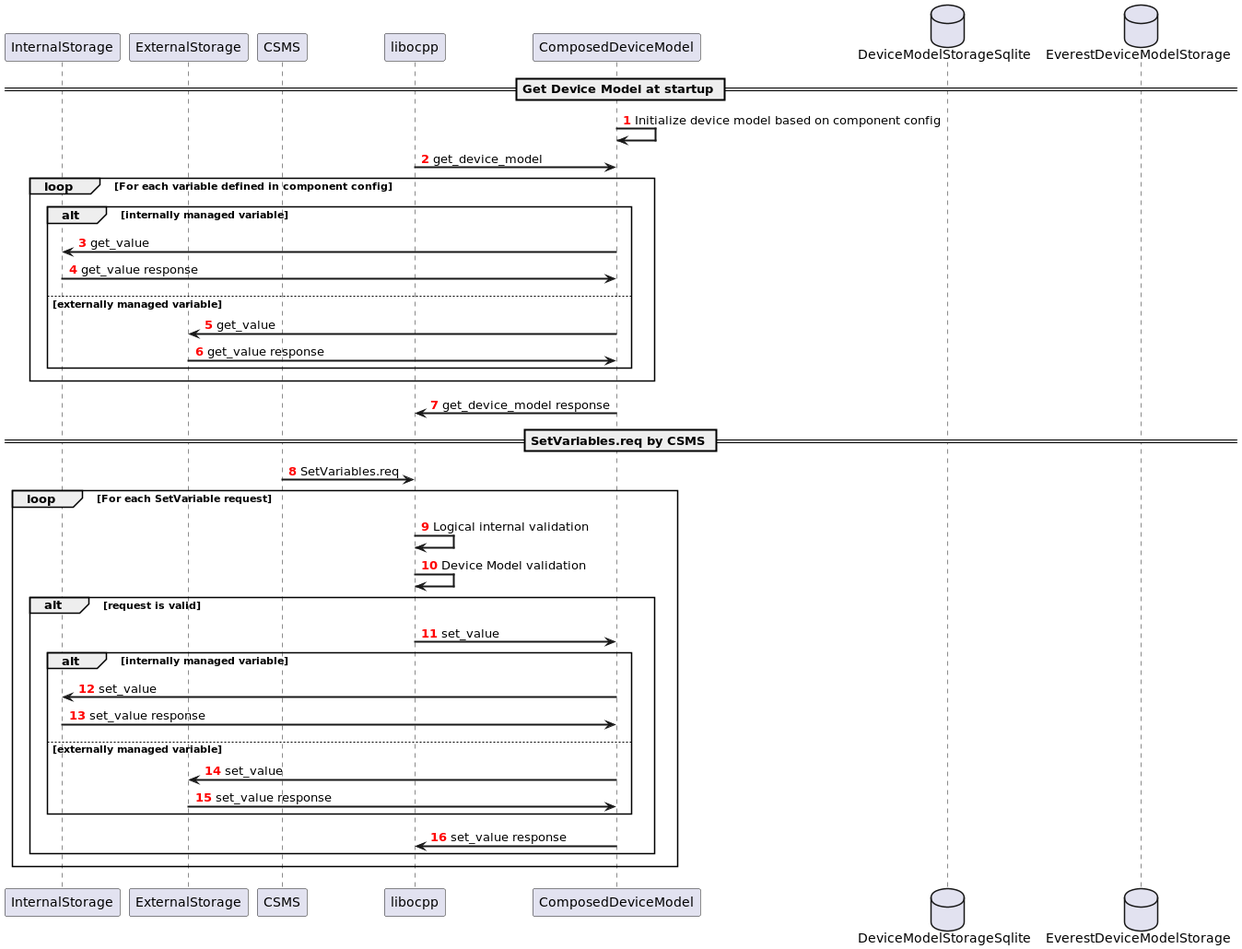
The PlantUML diagram modules/OCPP201/doc/sequence_config_service_and_ocpp.png in EVerest/everest-core, before a commit.
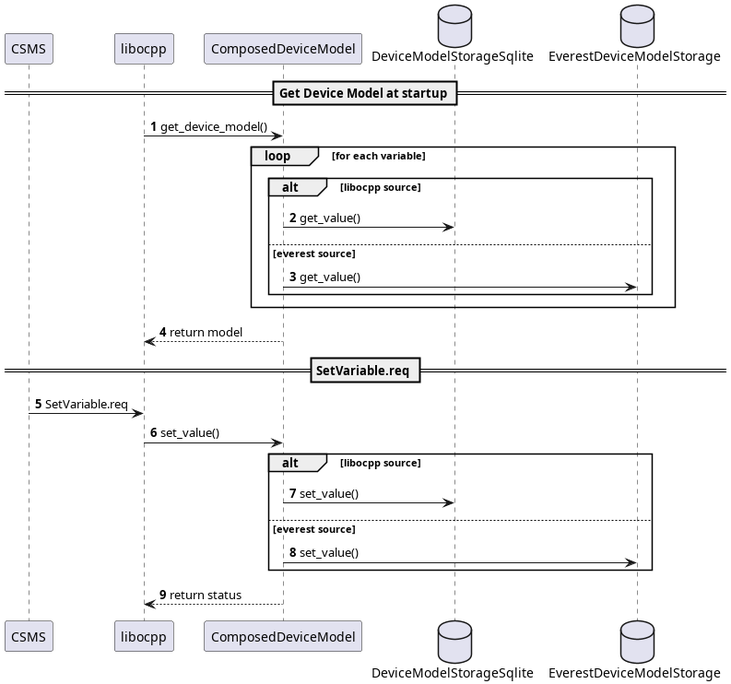
After the commit.

What changed in the source:
```diff
@@ -1,4 +1,5 @@
 @startuml
+
 !pragma teoz true
 participant CSMS order 10
 participant libocpp order 20
@@ -6,40 +7,27 @@
 database DeviceModelStorageSqlite order 40
 database EverestDeviceModelStorage order 50
 
-autonumber "<b><font color=red>"
-skinparam sequenceArrowThickness 2
+autonumber
 
 == Get Device Model at startup ==
-
-ComposedDeviceModel->ComposedDeviceModel: Initialize device model based on component config
-libocpp->ComposedDeviceModel: get_device_model
-loop For each variable defined in component config
-    alt internally managed variable
-        ComposedDeviceModel->InternalStorage: get_value
-        InternalStorage->ComposedDeviceModel: get_value response
-    else externally managed variable
-        ComposedDeviceModel->ExternalStorage: get_value
-        ExternalStorage->ComposedDeviceModel: get_value response
+libocpp -> ComposedDeviceModel: get_device_model()
+loop for each variable
+    alt libocpp source
+        ComposedDeviceModel -> DeviceModelStorageSqlite: get_value()
+    else everest source
+        ComposedDeviceModel -> EverestDeviceModelStorage: get_value()
     end
 end
-ComposedDeviceModel->libocpp: get_device_model response
+ComposedDeviceModel --> libocpp: return model
 
-== SetVariables.req by CSMS ==
-CSMS->libocpp: SetVariables.req
-loop For each SetVariable request
-    libocpp->libocpp: Logical internal validation
-    libocpp->libocpp: Device Model validation
-    alt request is valid
-        libocpp->ComposedDeviceModel: set_value
-        alt internally managed variable
-            ComposedDeviceModel->InternalStorage: set_value
-            InternalStorage->ComposedDeviceModel: set_value response
-        else externally managed variable
-            ComposedDeviceModel->ExternalStorage: set_value
-            ExternalStorage->ComposedDeviceModel: set_value response
-        end
-        ComposedDeviceModel->libocpp: set_value response
-    end
+== SetVariable.req ==
+CSMS -> libocpp: SetVariable.req
+libocpp -> ComposedDeviceModel: set_value()
+alt libocpp source
+    ComposedDeviceModel -> DeviceModelStorageSqlite: set_value()
+else everest source
+    ComposedDeviceModel -> EverestDeviceModelStorage: set_value()
 end
+ComposedDeviceModel --> libocpp: return status
 
 @enduml
```
